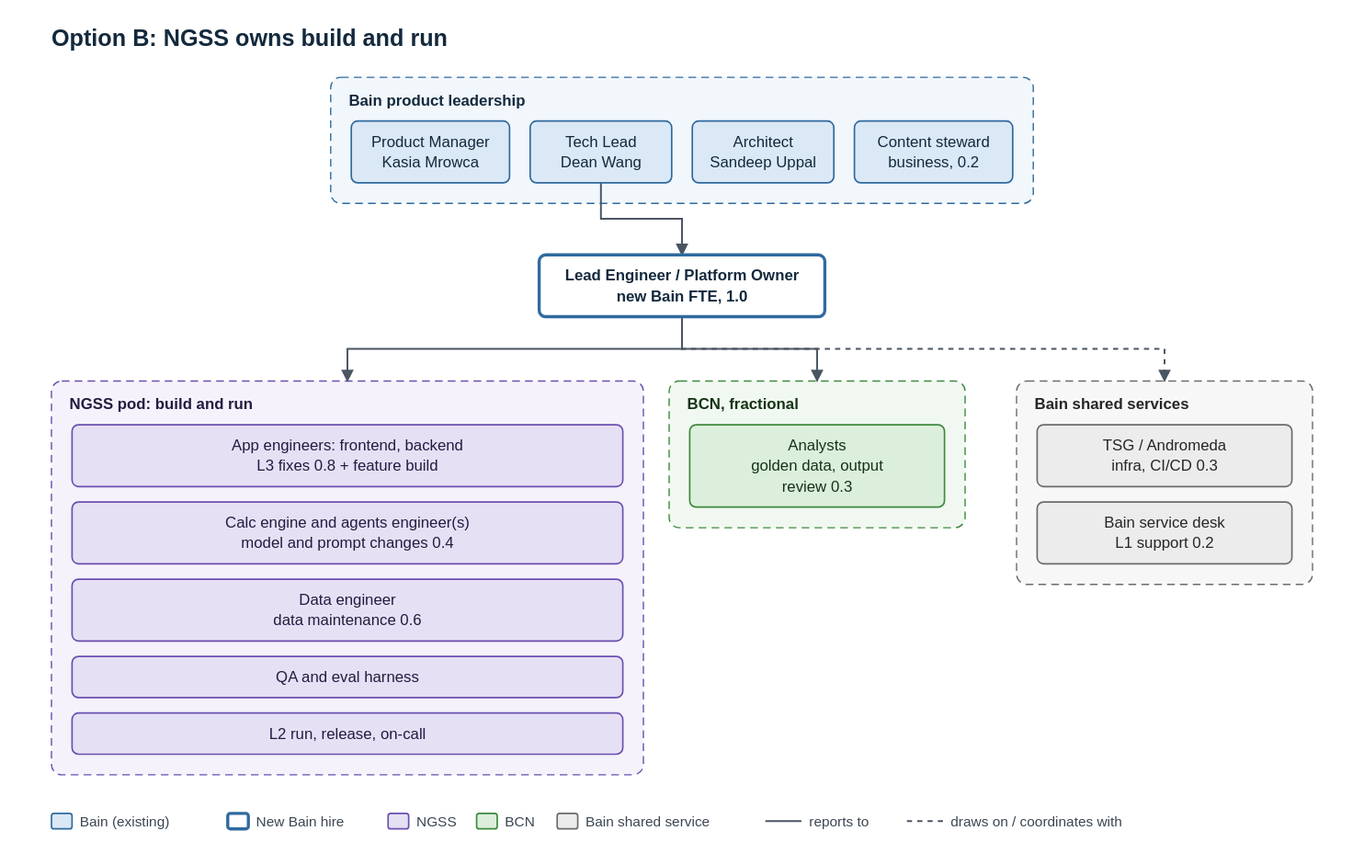
Before: context/post-gls-team-structure/diagrams/03-option-b-ngss.drawio.svg, a diagram exported from draw.io (deanwang-bain/OC-TL). Source tidied: cells renumbered, new cells last; positions are measured from the earlier drawing's top-left corner, leaving out a move shared by most shapes. Source of this version:
```xml
<mxGraphModel>
  <root>
    <mxCell id="0" />
    <mxCell id="1" parent="0" />
    <mxCell id="2" value="Option B: NGSS owns build and run" style="text;html=1;fontSize=18;fontStyle=1;align=left;verticalAlign=middle;fontColor=#13293d;" parent="1" vertex="1">
      <mxGeometry width="900" height="28" as="geometry" />
    </mxCell>
    <mxCell id="3" value="Bain product leadership" style="rounded=1;arcSize=4;whiteSpace=wrap;html=1;dashed=1;fillColor=#f2f7fc;strokeColor=#2f6a9e;fontColor=#13293d;fontStyle=1;align=left;verticalAlign=top;spacingLeft=10;spacingTop=4;" parent="1" vertex="1">
      <mxGeometry x="217" y="42" width="546" height="98" as="geometry" />
    </mxCell>
    <mxCell id="4" value="NGSS pod: build and run" style="rounded=1;arcSize=4;whiteSpace=wrap;html=1;dashed=1;fillColor=#f5f2fb;strokeColor=#6a4fb0;fontColor=#251a40;fontStyle=1;align=left;verticalAlign=top;spacingLeft=10;spacingTop=4;" parent="1" vertex="1">
      <mxGeometry y="278" width="460" height="306" as="geometry" />
    </mxCell>
    <mxCell id="5" value="BCN, fractional" style="rounded=1;arcSize=4;whiteSpace=wrap;html=1;dashed=1;fillColor=#f1f8f1;strokeColor=#3d8a3d;fontColor=#163316;fontStyle=1;align=left;verticalAlign=top;spacingLeft=10;spacingTop=4;" parent="1" vertex="1">
      <mxGeometry x="480" y="278" width="230" height="114" as="geometry" />
    </mxCell>
    <mxCell id="6" value="Bain shared services" style="rounded=1;arcSize=4;whiteSpace=wrap;html=1;dashed=1;fillColor=#f7f7f7;strokeColor=#6b6b6b;fontColor=#262626;fontStyle=1;align=left;verticalAlign=top;spacingLeft=10;spacingTop=4;" parent="1" vertex="1">
      <mxGeometry x="750" y="278" width="230" height="158" as="geometry" />
    </mxCell>
    <mxCell id="7" value="Product Manager&lt;br&gt;Kasia Mrowca" style="rounded=1;whiteSpace=wrap;html=1;fillColor=#dbe8f5;strokeColor=#2f6a9e;fontColor=#13293d;fontSize=12;" parent="1" vertex="1">
      <mxGeometry x="233" y="76" width="123" height="48" as="geometry" />
    </mxCell>
    <mxCell id="8" value="Tech Lead&lt;br&gt;Dean Wang" style="rounded=1;whiteSpace=wrap;html=1;fillColor=#dbe8f5;strokeColor=#2f6a9e;fontColor=#13293d;fontSize=12;" parent="1" vertex="1">
      <mxGeometry x="372" y="76" width="110" height="48" as="geometry" />
    </mxCell>
    <mxCell id="9" value="Architect&lt;br&gt;Sandeep Uppal" style="rounded=1;whiteSpace=wrap;html=1;fillColor=#dbe8f5;strokeColor=#2f6a9e;fontColor=#13293d;fontSize=12;" parent="1" vertex="1">
      <mxGeometry x="498" y="76" width="110" height="48" as="geometry" />
    </mxCell>
    <mxCell id="10" value="Content steward&lt;br&gt;business, 0.2" style="rounded=1;whiteSpace=wrap;html=1;fillColor=#dbe8f5;strokeColor=#2f6a9e;fontColor=#13293d;fontSize=12;" parent="1" vertex="1">
      <mxGeometry x="624" y="76" width="123" height="48" as="geometry" />
    </mxCell>
    <mxCell id="11" value="Lead Engineer / Platform Owner&lt;br&gt;new Bain FTE, 1.0" style="rounded=1;whiteSpace=wrap;html=1;fillColor=#ffffff;strokeColor=#2f6a9e;fontColor=#13293d;fontSize=12;strokeWidth=2.5;fontStyle=1;" parent="1" vertex="1">
      <mxGeometry x="379" y="180" width="222" height="48" as="geometry" />
    </mxCell>
    <mxCell id="12" value="App engineers: frontend, backend&lt;br&gt;L3 fixes 0.8 + feature build" style="rounded=1;whiteSpace=wrap;html=1;fillColor=#e6e0f5;strokeColor=#6a4fb0;fontColor=#251a40;fontSize=12;" parent="1" vertex="1">
      <mxGeometry x="16" y="312" width="428" height="48" as="geometry" />
    </mxCell>
    <mxCell id="13" value="Calc engine and agents engineer(s)&lt;br&gt;model and prompt changes 0.4" style="rounded=1;whiteSpace=wrap;html=1;fillColor=#e6e0f5;strokeColor=#6a4fb0;fontColor=#251a40;fontSize=12;" parent="1" vertex="1">
      <mxGeometry x="16" y="372" width="428" height="48" as="geometry" />
    </mxCell>
    <mxCell id="14" value="Data engineer&lt;br&gt;data maintenance 0.6" style="rounded=1;whiteSpace=wrap;html=1;fillColor=#e6e0f5;strokeColor=#6a4fb0;fontColor=#251a40;fontSize=12;" parent="1" vertex="1">
      <mxGeometry x="16" y="432" width="428" height="48" as="geometry" />
    </mxCell>
    <mxCell id="15" value="QA and eval harness" style="rounded=1;whiteSpace=wrap;html=1;fillColor=#e6e0f5;strokeColor=#6a4fb0;fontColor=#251a40;fontSize=12;" parent="1" vertex="1">
      <mxGeometry x="16" y="492" width="428" height="32" as="geometry" />
    </mxCell>
    <mxCell id="16" value="L2 run, release, on-call" style="rounded=1;whiteSpace=wrap;html=1;fillColor=#e6e0f5;strokeColor=#6a4fb0;fontColor=#251a40;fontSize=12;" parent="1" vertex="1">
      <mxGeometry x="16" y="536" width="428" height="32" as="geometry" />
    </mxCell>
    <mxCell id="17" value="Analysts&lt;br&gt;golden data, output&lt;br&gt;review 0.3" style="rounded=1;whiteSpace=wrap;html=1;fillColor=#dcefdc;strokeColor=#3d8a3d;fontColor=#163316;fontSize=12;" parent="1" vertex="1">
      <mxGeometry x="496" y="312" width="198" height="64" as="geometry" />
    </mxCell>
    <mxCell id="18" value="TSG / Andromeda&lt;br&gt;infra, CI/CD 0.3" style="rounded=1;whiteSpace=wrap;html=1;fillColor=#ececec;strokeColor=#6b6b6b;fontColor=#262626;fontSize=12;" parent="1" vertex="1">
      <mxGeometry x="766" y="312" width="198" height="48" as="geometry" />
    </mxCell>
    <mxCell id="19" value="Bain service desk&lt;br&gt;L1 support 0.2" style="rounded=1;whiteSpace=wrap;html=1;fillColor=#ececec;strokeColor=#6b6b6b;fontColor=#262626;fontSize=12;" parent="1" vertex="1">
      <mxGeometry x="766" y="372" width="198" height="48" as="geometry" />
    </mxCell>
    <mxCell id="20" style="edgeStyle=orthogonalEdgeStyle;rounded=0;html=1;endArrow=block;endFill=1;strokeColor=#4a5562;" parent="1" edge="1" source="8" target="11">
      <mxGeometry relative="1" as="geometry" />
    </mxCell>
    <mxCell id="21" style="edgeStyle=orthogonalEdgeStyle;rounded=0;html=1;endArrow=block;endFill=1;strokeColor=#4a5562;" parent="1" edge="1" source="11" target="4">
      <mxGeometry relative="1" as="geometry" />
    </mxCell>
    <mxCell id="22" style="edgeStyle=orthogonalEdgeStyle;rounded=0;html=1;endArrow=block;endFill=1;strokeColor=#4a5562;" parent="1" edge="1" source="11" target="5">
      <mxGeometry relative="1" as="geometry" />
    </mxCell>
    <mxCell id="23" style="edgeStyle=orthogonalEdgeStyle;rounded=0;html=1;endArrow=block;endFill=1;strokeColor=#4a5562;dashed=1;" parent="1" edge="1" source="11" target="6">
      <mxGeometry relative="1" as="geometry" />
    </mxCell>
    <mxCell id="24" style="rounded=1;fillColor=#dbe8f5;strokeColor=#2f6a9e;" parent="1" vertex="1">
      <mxGeometry y="614" width="16" height="12" as="geometry" />
    </mxCell>
    <mxCell id="25" value="Bain (existing)" style="text;html=1;align=left;verticalAlign=middle;fontSize=11;fontColor=#3b4652;" parent="1" vertex="1">
      <mxGeometry x="20" y="610" width="103" height="20" as="geometry" />
    </mxCell>
    <mxCell id="26" style="rounded=1;fillColor=#ffffff;strokeColor=#2f6a9e;strokeWidth=2.5;" parent="1" vertex="1">
      <mxGeometry x="137" y="614" width="16" height="12" as="geometry" />
    </mxCell>
    <mxCell id="27" value="New Bain hire" style="text;html=1;align=left;verticalAlign=middle;fontSize=11;fontColor=#3b4652;" parent="1" vertex="1">
      <mxGeometry x="157" y="610" width="90.6" height="20" as="geometry" />
    </mxCell>
    <mxCell id="28" style="rounded=1;fillColor=#e6e0f5;strokeColor=#6a4fb0;" parent="1" vertex="1">
      <mxGeometry x="261.6" y="614" width="16" height="12" as="geometry" />
    </mxCell>
    <mxCell id="29" value="NGSS" style="text;html=1;align=left;verticalAlign=middle;fontSize=11;fontColor=#3b4652;" parent="1" vertex="1">
      <mxGeometry x="281.6" y="610" width="34.8" height="20" as="geometry" />
    </mxCell>
    <mxCell id="30" style="rounded=1;fillColor=#dcefdc;strokeColor=#3d8a3d;" parent="1" vertex="1">
      <mxGeometry x="330.4" y="614" width="16" height="12" as="geometry" />
    </mxCell>
    <mxCell id="31" value="BCN" style="text;html=1;align=left;verticalAlign=middle;fontSize=11;fontColor=#3b4652;" parent="1" vertex="1">
      <mxGeometry x="350.4" y="610" width="28.6" height="20" as="geometry" />
    </mxCell>
    <mxCell id="32" style="rounded=1;fillColor=#ececec;strokeColor=#6b6b6b;" parent="1" vertex="1">
      <mxGeometry x="393" y="614" width="16" height="12" as="geometry" />
    </mxCell>
    <mxCell id="33" value="Bain shared service" style="text;html=1;align=left;verticalAlign=middle;fontSize=11;fontColor=#3b4652;" parent="1" vertex="1">
      <mxGeometry x="413" y="610" width="127.8" height="20" as="geometry" />
    </mxCell>
  </root>
</mxGraphModel>
```
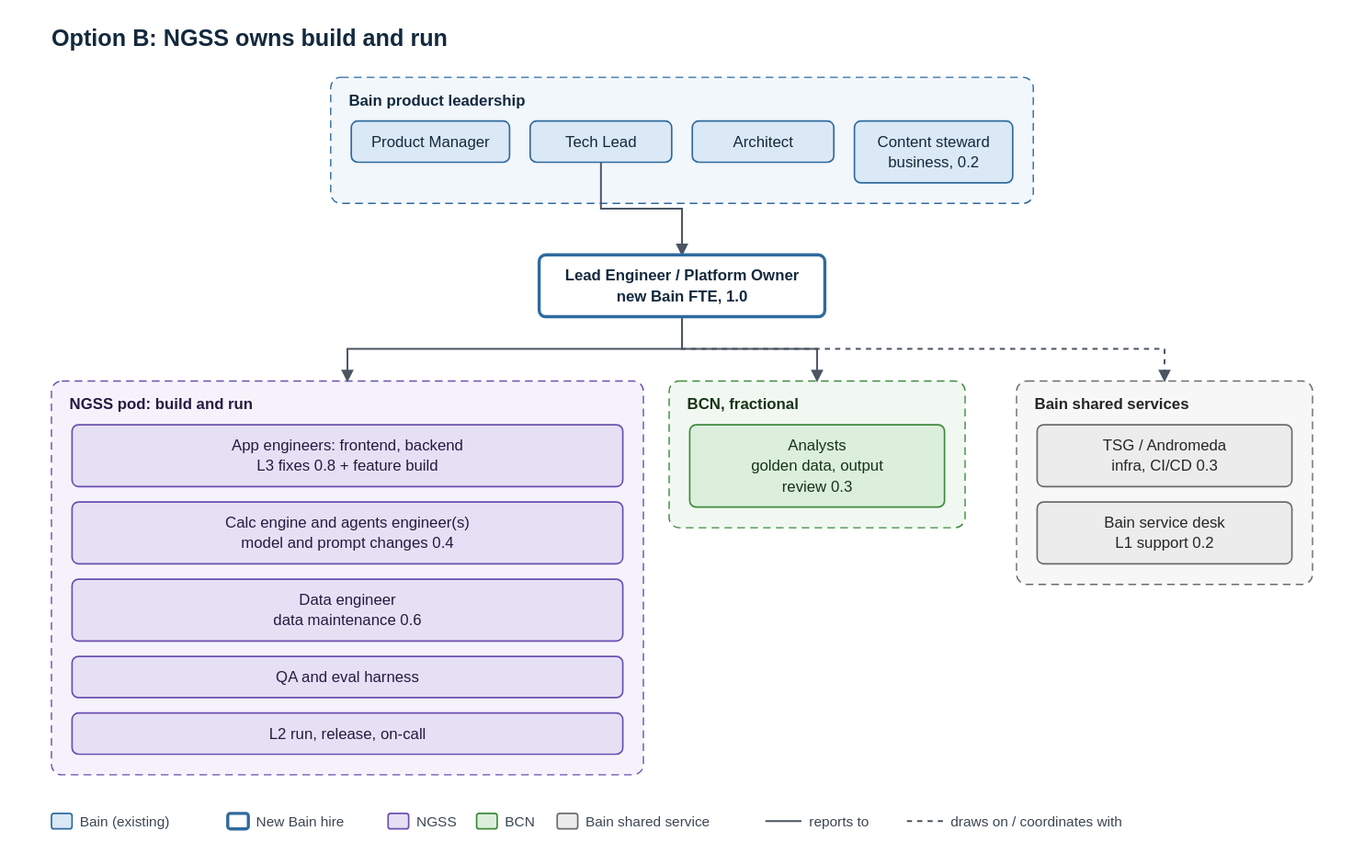
The same diagram one commit later.

The edit, as a diff of the source:
```diff
@@ -17,14 +17,14 @@
     <mxCell id="6" value="Bain shared services" style="rounded=1;arcSize=4;whiteSpace=wrap;html=1;dashed=1;fillColor=#f7f7f7;strokeColor=#6b6b6b;fontColor=#262626;fontStyle=1;align=left;verticalAlign=top;spacingLeft=10;spacingTop=4;" parent="1" vertex="1">
       <mxGeometry x="750" y="278" width="230" height="158" as="geometry" />
     </mxCell>
-    <mxCell id="7" value="Product Manager&lt;br&gt;Kasia Mrowca" style="rounded=1;whiteSpace=wrap;html=1;fillColor=#dbe8f5;strokeColor=#2f6a9e;fontColor=#13293d;fontSize=12;" parent="1" vertex="1">
-      <mxGeometry x="233" y="76" width="123" height="48" as="geometry" />
+    <mxCell id="7" value="Product Manager" style="rounded=1;whiteSpace=wrap;html=1;fillColor=#dbe8f5;strokeColor=#2f6a9e;fontColor=#13293d;fontSize=12;" parent="1" vertex="1">
+      <mxGeometry x="233" y="76" width="123" height="32" as="geometry" />
     </mxCell>
-    <mxCell id="8" value="Tech Lead&lt;br&gt;Dean Wang" style="rounded=1;whiteSpace=wrap;html=1;fillColor=#dbe8f5;strokeColor=#2f6a9e;fontColor=#13293d;fontSize=12;" parent="1" vertex="1">
-      <mxGeometry x="372" y="76" width="110" height="48" as="geometry" />
+    <mxCell id="8" value="Tech Lead" style="rounded=1;whiteSpace=wrap;html=1;fillColor=#dbe8f5;strokeColor=#2f6a9e;fontColor=#13293d;fontSize=12;" parent="1" vertex="1">
+      <mxGeometry x="372" y="76" width="110" height="32" as="geometry" />
     </mxCell>
-    <mxCell id="9" value="Architect&lt;br&gt;Sandeep Uppal" style="rounded=1;whiteSpace=wrap;html=1;fillColor=#dbe8f5;strokeColor=#2f6a9e;fontColor=#13293d;fontSize=12;" parent="1" vertex="1">
-      <mxGeometry x="498" y="76" width="110" height="48" as="geometry" />
+    <mxCell id="9" value="Architect" style="rounded=1;whiteSpace=wrap;html=1;fillColor=#dbe8f5;strokeColor=#2f6a9e;fontColor=#13293d;fontSize=12;" parent="1" vertex="1">
+      <mxGeometry x="498" y="76" width="110" height="32" as="geometry" />
     </mxCell>
     <mxCell id="10" value="Content steward&lt;br&gt;business, 0.2" style="rounded=1;whiteSpace=wrap;html=1;fillColor=#dbe8f5;strokeColor=#2f6a9e;fontColor=#13293d;fontSize=12;" parent="1" vertex="1">
       <mxGeometry x="624" y="76" width="123" height="48" as="geometry" />
```
